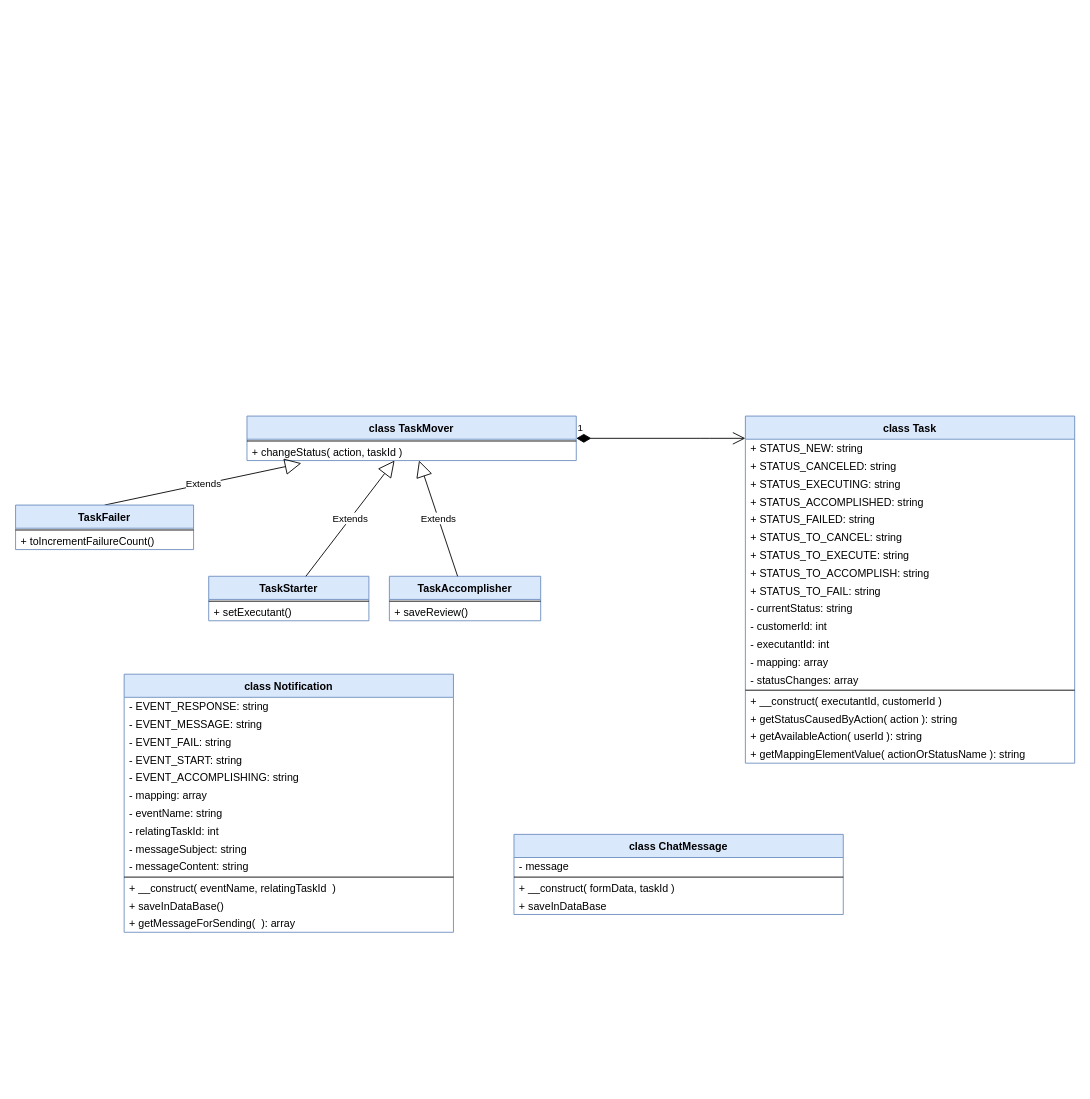
Before: page "classes schema" (2 of 2) of config/task-force-1-schema.drawio in mikeserov/824017-task-force-1, a draw.io diagram. Source tidied: cells renumbered, new cells numbered last; positions are measured from the earlier drawing's top-left corner, leaving out a move shared by most shapes. Both pictures are drawn from the tidied source at 89%, with x=0, y=0 at pixel (15, 416).
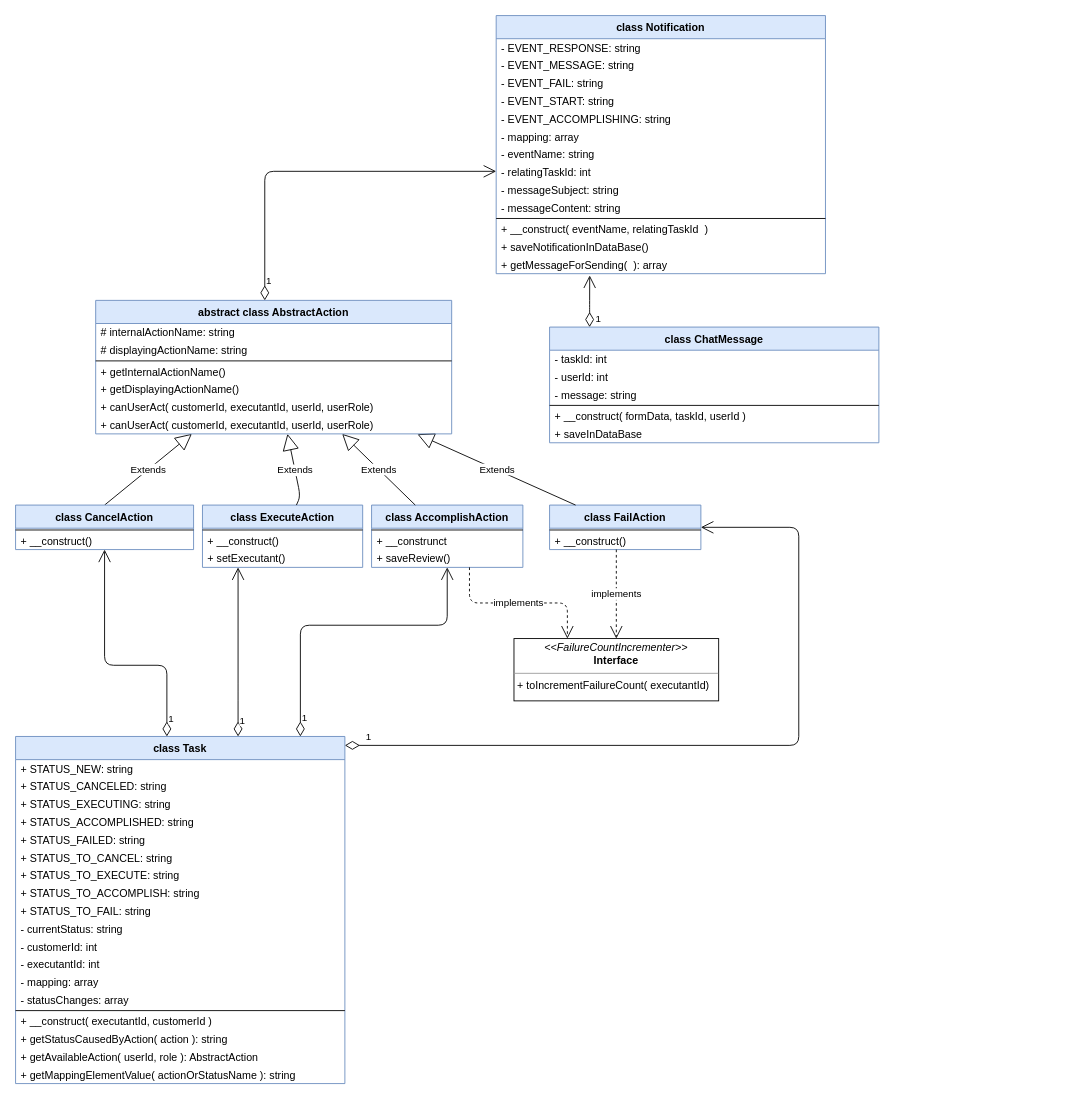
The same diagram, later.

The change refers to these unchanged cells:
```xml
<mxCell id="36" value="+ getMessageForSending(  ): array" style="text;strokeColor=none;fillColor=none;align=left;verticalAlign=middle;spacingLeft=4;spacingRight=4;overflow=hidden;points=[[0,0.5],[1,0.5]];portConstraint=eastwest;" parent="22" vertex="1">
  <mxGeometry y="270" width="370" height="20" as="geometry" />
</mxCell>
```

Change to the diagram source:
```diff
@@
     <mxCell id="2" value="class Task" style="swimlane;fontStyle=1;align=center;verticalAlign=top;horizontal=1;startSize=26;fillColor=#dae8fc;strokeColor=#6c8ebf;" parent="1" vertex="1">
-      <mxGeometry x="820" width="370" height="390" as="geometry" />
+      <mxGeometry y="360" width="370" height="390" as="geometry" />
     </mxCell>
@@
-    <mxCell id="18" value="+ __construct( executantId, customerId )" style="text;strokeColor=none;fillColor=none;align=left;verticalAlign=middle;spacingLeft=4;spacingRight=4;overflow=hidden;" parent="2" vertex="1">
-      <mxGeometry y="310" width="370" height="20" as="geometry" />
-    </mxCell>
+    <mxCell id="21" value="+ __construct( executantId, customerId )" style="text;strokeColor=none;fillColor=none;align=left;verticalAlign=middle;spacingLeft=4;spacingRight=4;overflow=hidden;" parent="2" vertex="1">
+      <mxGeometry y="310" width="370" height="20" as="geometry" />
+    </mxCell>
@@
-    <mxCell id="20" value="+ getAvailableAction( userId ): string" style="text;strokeColor=none;fillColor=none;align=left;verticalAlign=middle;spacingLeft=4;spacingRight=4;overflow=hidden;" parent="2" vertex="1">
-      <mxGeometry y="350" width="370" height="20" as="geometry" />
-    </mxCell>
-    <mxCell id="21" value="+ getMappingElementValue( actionOrStatusName ): string" style="text;strokeColor=none;fillColor=none;align=left;verticalAlign=middle;spacingLeft=4;spacingRight=4;overflow=hidden;" parent="2" vertex="1">
-      <mxGeometry y="370" width="370" height="20" as="geometry" />
-    </mxCell>
+    <mxCell id="58" value="+ getAvailableAction( userId, role ): AbstractAction" style="text;strokeColor=none;fillColor=none;align=left;verticalAlign=middle;spacingLeft=4;spacingRight=4;overflow=hidden;" parent="2" vertex="1">
+      <mxGeometry y="350" width="370" height="20" as="geometry" />
+    </mxCell>
+    <mxCell id="59" value="+ getMappingElementValue( actionOrStatusName ): string" style="text;strokeColor=none;fillColor=none;align=left;verticalAlign=middle;spacingLeft=4;spacingRight=4;overflow=hidden;" parent="2" vertex="1">
+      <mxGeometry y="370" width="370" height="20" as="geometry" />
+    </mxCell>
     <mxCell id="22" value="class Notification" style="swimlane;fontStyle=1;align=center;verticalAlign=top;horizontal=1;startSize=26;fillColor=#dae8fc;strokeColor=#6c8ebf;" parent="1" vertex="1">
-      <mxGeometry x="122" y="290" width="370" height="290" as="geometry" />
+      <mxGeometry x="540" y="-450" width="370" height="290" as="geometry" />
     </mxCell>
@@
-    <mxCell id="35" value="+ saveInDataBase()" style="text;strokeColor=none;fillColor=none;align=left;verticalAlign=middle;spacingLeft=4;spacingRight=4;overflow=hidden;" parent="22" vertex="1">
+    <mxCell id="35" value="+ saveNotificationInDataBase()" style="text;strokeColor=none;fillColor=none;align=left;verticalAlign=middle;spacingLeft=4;spacingRight=4;overflow=hidden;" parent="22" vertex="1">
       <mxGeometry y="250" width="370" height="20" as="geometry" />
     </mxCell>
@@
-    <mxCell id="37" value="class TaskMover" style="swimlane;fontStyle=1;align=center;verticalAlign=top;horizontal=1;startSize=26;fillColor=#dae8fc;strokeColor=#6c8ebf;" parent="1" vertex="1">
-      <mxGeometry x="260" width="370" height="50" as="geometry" />
-    </mxCell>
-    <mxCell id="38" style="line;strokeWidth=1;fillColor=none;align=left;verticalAlign=middle;spacingTop=-1;spacingLeft=3;spacingRight=3;labelPosition=right;" parent="37" vertex="1">
-      <mxGeometry y="26" width="370" height="4" as="geometry" />
-    </mxCell>
-    <mxCell id="39" value="+ changeStatus( action, taskId )" style="text;strokeColor=none;fillColor=none;align=left;verticalAlign=middle;spacingLeft=4;spacingRight=4;overflow=hidden;points=[[0,0.5],[1,0.5]];portConstraint=eastwest;" parent="37" vertex="1">
-      <mxGeometry y="30" width="370" height="20" as="geometry" />
-    </mxCell>
-    <mxCell id="40" value="Extends" style="endArrow=block;endSize=16;endFill=0;html=1;entryX=0.165;entryY=1.15;entryDx=0;entryDy=0;entryPerimeter=0;exitX=0.5;exitY=0;exitDx=0;exitDy=0;" parent="1" edge="1" source="41" target="39">
+    <mxCell id="40" value="Extends" style="endArrow=block;endSize=16;endFill=0;html=1;exitX=0.5;exitY=0;exitDx=0;exitDy=0;" parent="1" edge="1" source="41" target="68">
       <mxGeometry relative="1" as="geometry" />
     </mxCell>
-    <mxCell id="41" value="TaskFailer" style="swimlane;fontStyle=1;align=center;verticalAlign=top;horizontal=1;startSize=26;fillColor=#dae8fc;strokeColor=#6c8ebf;" parent="1" vertex="1">
+    <mxCell id="41" value="class CancelAction" style="swimlane;fontStyle=1;align=center;verticalAlign=top;horizontal=1;startSize=26;fillColor=#dae8fc;strokeColor=#6c8ebf;" parent="1" vertex="1">
       <mxGeometry y="100" width="200" height="50" as="geometry" />
     </mxCell>
@@
-    <mxCell id="43" value="+ toIncrementFailureCount()" style="text;strokeColor=none;fillColor=none;align=left;verticalAlign=middle;spacingLeft=4;spacingRight=4;overflow=hidden;" parent="41" vertex="1">
+    <mxCell id="43" value="+ __construct()" style="text;strokeColor=none;fillColor=none;align=left;verticalAlign=middle;spacingLeft=4;spacingRight=4;overflow=hidden;" parent="41" vertex="1">
       <mxGeometry y="30" width="200" height="20" as="geometry" />
     </mxCell>
-    <mxCell id="44" value="TaskStarter" style="swimlane;fontStyle=1;align=center;verticalAlign=top;horizontal=1;startSize=26;fillColor=#dae8fc;strokeColor=#6c8ebf;" parent="1" vertex="1">
-      <mxGeometry x="217" y="180" width="180" height="50" as="geometry" />
+    <mxCell id="44" value="class ExecuteAction" style="swimlane;fontStyle=1;align=center;verticalAlign=top;horizontal=1;startSize=26;fillColor=#dae8fc;strokeColor=#6c8ebf;" parent="1" vertex="1">
+      <mxGeometry x="210" y="100" width="180" height="70" as="geometry" />
     </mxCell>
@@
-    <mxCell id="46" value="+ setExecutant()" style="text;strokeColor=none;fillColor=none;align=left;verticalAlign=middle;spacingLeft=4;spacingRight=4;overflow=hidden;" parent="44" vertex="1">
+    <mxCell id="46" value="+ __construct()" style="text;strokeColor=none;fillColor=none;align=left;verticalAlign=middle;spacingLeft=4;spacingRight=4;overflow=hidden;" parent="44" vertex="1">
       <mxGeometry y="30" width="180" height="20" as="geometry" />
     </mxCell>
+    <mxCell id="60" value="+ setExecutant()" style="text;strokeColor=none;fillColor=none;align=left;verticalAlign=middle;spacingLeft=4;spacingRight=4;overflow=hidden;" parent="44" vertex="1">
+      <mxGeometry y="50" width="180" height="20" as="geometry" />
+    </mxCell>
-    <mxCell id="47" value="Extends" style="endArrow=block;endSize=16;endFill=0;html=1;" parent="1" edge="1" source="44" target="37">
-      <mxGeometry relative="1" as="geometry" />
+    <mxCell id="47" value="Extends" style="endArrow=block;endSize=16;endFill=0;html=1;" parent="1" edge="1" source="44" target="68">
+      <mxGeometry relative="1" as="geometry">
+        <Array as="points">
+          <mxPoint x="320" y="90" />
+        </Array>
+      </mxGeometry>
     </mxCell>
-    <mxCell id="48" value="TaskAccomplisher" style="swimlane;fontStyle=1;align=center;verticalAlign=top;horizontal=1;startSize=26;fillColor=#dae8fc;strokeColor=#6c8ebf;" parent="1" vertex="1">
-      <mxGeometry x="420" y="180" width="170" height="50" as="geometry" />
+    <mxCell id="48" value="class AccomplishAction" style="swimlane;fontStyle=1;align=center;verticalAlign=top;horizontal=1;startSize=26;fillColor=#dae8fc;strokeColor=#6c8ebf;" parent="1" vertex="1">
+      <mxGeometry x="400" y="100" width="170" height="70" as="geometry" />
     </mxCell>
@@
-    <mxCell id="50" value="+ saveReview()" style="text;strokeColor=none;fillColor=none;align=left;verticalAlign=middle;spacingLeft=4;spacingRight=4;overflow=hidden;" parent="48" vertex="1">
+    <mxCell id="50" value="+ __construnct" style="text;strokeColor=none;fillColor=none;align=left;verticalAlign=middle;spacingLeft=4;spacingRight=4;overflow=hidden;" parent="48" vertex="1">
       <mxGeometry y="30" width="170" height="20" as="geometry" />
     </mxCell>
-    <mxCell id="51" value="1" style="endArrow=open;html=1;endSize=12;startArrow=diamondThin;startSize=14;startFill=1;edgeStyle=orthogonalEdgeStyle;align=left;verticalAlign=bottom;" parent="1" edge="1" source="37" target="2">
-      <mxGeometry x="-1" y="3" relative="1" as="geometry">
-        <Array as="points">
-          <mxPoint x="770" y="25" />
-          <mxPoint x="770" y="25" />
-        </Array>
-      </mxGeometry>
-    </mxCell>
+    <mxCell id="61" value="+ saveReview()" style="text;strokeColor=none;fillColor=none;align=left;verticalAlign=middle;spacingLeft=4;spacingRight=4;overflow=hidden;" parent="48" vertex="1">
+      <mxGeometry y="50" width="170" height="20" as="geometry" />
+    </mxCell>
-    <mxCell id="52" value="Extends" style="endArrow=block;endSize=16;endFill=0;html=1;" parent="1" edge="1" source="48" target="37">
+    <mxCell id="52" value="Extends" style="endArrow=block;endSize=16;endFill=0;html=1;" parent="1" edge="1" source="48" target="68">
       <mxGeometry relative="1" as="geometry" />
     </mxCell>
     <mxCell id="53" value="class ChatMessage" style="swimlane;fontStyle=1;align=center;verticalAlign=top;horizontal=1;startSize=26;fillColor=#dae8fc;strokeColor=#6c8ebf;" parent="1" vertex="1">
-      <mxGeometry x="560" y="470" width="370" height="90" as="geometry" />
+      <mxGeometry x="600" y="-100" width="370" height="130" as="geometry" />
     </mxCell>
-    <mxCell id="54" value="- message" style="text;strokeColor=none;fillColor=none;align=left;verticalAlign=middle;spacingLeft=4;spacingRight=4;overflow=hidden;" parent="53" vertex="1">
+    <mxCell id="54" value="- taskId: int" style="text;strokeColor=none;fillColor=none;align=left;verticalAlign=middle;spacingLeft=4;spacingRight=4;overflow=hidden;" parent="53" vertex="1">
       <mxGeometry y="26" width="370" height="20" as="geometry" />
     </mxCell>
+    <mxCell id="62" value="- userId: int" style="text;strokeColor=none;fillColor=none;align=left;verticalAlign=middle;spacingLeft=4;spacingRight=4;overflow=hidden;" parent="53" vertex="1">
+      <mxGeometry y="46" width="370" height="20" as="geometry" />
+    </mxCell>
+    <mxCell id="63" value="- message: string" style="text;strokeColor=none;fillColor=none;align=left;verticalAlign=middle;spacingLeft=4;spacingRight=4;overflow=hidden;" parent="53" vertex="1">
+      <mxGeometry y="66" width="370" height="20" as="geometry" />
+    </mxCell>
     <mxCell id="55" style="line;strokeWidth=1;fillColor=none;align=left;verticalAlign=middle;spacingTop=-1;spacingLeft=3;spacingRight=3;labelPosition=right;" parent="53" vertex="1">
-      <mxGeometry y="46" width="370" height="4" as="geometry" />
+      <mxGeometry y="86" width="370" height="4" as="geometry" />
     </mxCell>
-    <mxCell id="56" value="+ __construct( formData, taskId )" style="text;strokeColor=none;fillColor=none;align=left;verticalAlign=middle;spacingLeft=4;spacingRight=4;overflow=hidden;" parent="53" vertex="1">
-      <mxGeometry y="50" width="370" height="20" as="geometry" />
+    <mxCell id="56" value="+ __construct( formData, taskId, userId )" style="text;strokeColor=none;fillColor=none;align=left;verticalAlign=middle;spacingLeft=4;spacingRight=4;overflow=hidden;" parent="53" vertex="1">
+      <mxGeometry y="90" width="370" height="20" as="geometry" />
     </mxCell>
     <mxCell id="57" value="+ saveInDataBase" style="text;strokeColor=none;fillColor=none;align=left;verticalAlign=middle;spacingLeft=4;spacingRight=4;overflow=hidden;" parent="53" vertex="1">
-      <mxGeometry y="70" width="370" height="20" as="geometry" />
+      <mxGeometry y="110" width="370" height="20" as="geometry" />
     </mxCell>
+    <mxCell id="64" value="class FailAction" style="swimlane;fontStyle=1;align=center;verticalAlign=top;horizontal=1;startSize=26;fillColor=#dae8fc;strokeColor=#6c8ebf;" parent="1" vertex="1">
+      <mxGeometry x="600" y="100" width="170" height="50" as="geometry" />
+    </mxCell>
+    <mxCell id="65" style="line;strokeWidth=1;fillColor=none;align=left;verticalAlign=middle;spacingTop=-1;spacingLeft=3;spacingRight=3;labelPosition=right;" parent="64" vertex="1">
+      <mxGeometry y="26" width="170" height="4" as="geometry" />
+    </mxCell>
+    <mxCell id="66" value="+ __construct()" style="text;strokeColor=none;fillColor=none;align=left;verticalAlign=middle;spacingLeft=4;spacingRight=4;overflow=hidden;" parent="64" vertex="1">
+      <mxGeometry y="30" width="170" height="20" as="geometry" />
+    </mxCell>
+    <mxCell id="67" value="Extends" style="endArrow=block;endSize=16;endFill=0;html=1;entryX=0.904;entryY=1.021;entryDx=0;entryDy=0;entryPerimeter=0;" parent="1" edge="1" source="64" target="75">
+      <mxGeometry relative="1" as="geometry" />
+    </mxCell>
+    <mxCell id="68" value="abstract class AbstractAction" style="swimlane;fontStyle=1;align=center;verticalAlign=top;horizontal=1;startSize=26;fillColor=#dae8fc;strokeColor=#6c8ebf;" parent="1" vertex="1">
+      <mxGeometry x="90" y="-130" width="400" height="150" as="geometry" />
+    </mxCell>
+    <mxCell id="69" value="# internalActionName: string" style="text;strokeColor=none;fillColor=none;align=left;verticalAlign=middle;spacingLeft=4;spacingRight=4;overflow=hidden;" parent="68" vertex="1">
+      <mxGeometry y="26" width="400" height="20" as="geometry" />
+    </mxCell>
+    <mxCell id="70" value="# displayingActionName: string" style="text;strokeColor=none;fillColor=none;align=left;verticalAlign=middle;spacingLeft=4;spacingRight=4;overflow=hidden;" parent="68" vertex="1">
+      <mxGeometry y="46" width="400" height="20" as="geometry" />
+    </mxCell>
+    <mxCell id="71" style="line;strokeWidth=1;fillColor=none;align=left;verticalAlign=middle;spacingTop=-1;spacingLeft=3;spacingRight=3;labelPosition=right;" parent="68" vertex="1">
+      <mxGeometry y="66" width="400" height="4" as="geometry" />
+    </mxCell>
+    <mxCell id="72" value="+ getInternalActionName()" style="text;strokeColor=none;fillColor=none;align=left;verticalAlign=middle;spacingLeft=4;spacingRight=4;overflow=hidden;" parent="68" vertex="1">
+      <mxGeometry y="70" width="400" height="20" as="geometry" />
+    </mxCell>
+    <mxCell id="73" value="+ getDisplayingActionName()" style="text;strokeColor=none;fillColor=none;align=left;verticalAlign=middle;spacingLeft=4;spacingRight=4;overflow=hidden;" parent="68" vertex="1">
+      <mxGeometry y="90" width="400" height="20" as="geometry" />
+    </mxCell>
+    <mxCell id="74" value="+ canUserAct( customerId, executantId, userId, userRole)" style="text;strokeColor=none;fillColor=none;align=left;verticalAlign=middle;spacingLeft=4;spacingRight=4;overflow=hidden;" parent="68" vertex="1">
+      <mxGeometry y="110" width="400" height="20" as="geometry" />
+    </mxCell>
+    <mxCell id="75" value="+ canUserAct( customerId, executantId, userId, userRole)" style="text;strokeColor=none;fillColor=none;align=left;verticalAlign=middle;spacingLeft=4;spacingRight=4;overflow=hidden;points=[[0,0.5],[1,0.5]];portConstraint=eastwest;" parent="68" vertex="1">
+      <mxGeometry y="130" width="400" height="20" as="geometry" />
+    </mxCell>
+    <mxCell id="76" value="1" style="endArrow=open;html=1;endSize=12;startArrow=diamondThin;startSize=14;startFill=0;edgeStyle=orthogonalEdgeStyle;align=left;verticalAlign=bottom;" parent="1" edge="1" source="2" target="64">
+      <mxGeometry x="-0.95" relative="1" as="geometry">
+        <Array as="points">
+          <mxPoint x="880" y="370" />
+          <mxPoint x="880" y="125" />
+        </Array>
+      </mxGeometry>
+    </mxCell>
+    <mxCell id="77" value="1" style="endArrow=open;html=1;endSize=12;startArrow=diamondThin;startSize=14;startFill=0;edgeStyle=orthogonalEdgeStyle;align=left;verticalAlign=bottom;" parent="1" edge="1" source="2" target="48">
+      <mxGeometry x="-0.94" relative="1" as="geometry">
+        <Array as="points">
+          <mxPoint x="320" y="235" />
+          <mxPoint x="485" y="235" />
+        </Array>
+        <mxPoint y="-1" as="offset" />
+      </mxGeometry>
+    </mxCell>
+    <mxCell id="78" value="1" style="endArrow=open;html=1;endSize=12;startArrow=diamondThin;startSize=14;startFill=0;edgeStyle=orthogonalEdgeStyle;align=left;verticalAlign=bottom;" parent="1" edge="1" source="2" target="44">
+      <mxGeometry x="-0.9" relative="1" as="geometry">
+        <Array as="points">
+          <mxPoint x="250" y="310" />
+          <mxPoint x="250" y="310" />
+        </Array>
+      </mxGeometry>
+    </mxCell>
+    <mxCell id="79" value="1" style="endArrow=open;html=1;endSize=12;startArrow=diamondThin;startSize=14;startFill=0;edgeStyle=orthogonalEdgeStyle;align=left;verticalAlign=bottom;" parent="1" edge="1" source="2" target="41">
+      <mxGeometry x="-0.92" relative="1" as="geometry">
+        <Array as="points">
+          <mxPoint x="170" y="280" />
+        </Array>
+      </mxGeometry>
+    </mxCell>
+    <mxCell id="80" value="&lt;p style=&quot;margin: 0px ; margin-top: 4px ; text-align: center&quot;&gt;&lt;i&gt;&amp;lt;&amp;lt;FailureCountIncrementer&amp;gt;&amp;gt;&lt;/i&gt;&lt;br&gt;&lt;b&gt;Interface&lt;/b&gt;&lt;/p&gt;&lt;hr size=&quot;1&quot;&gt;&lt;p style=&quot;margin: 0px ; margin-left: 4px&quot;&gt;+ toIncrementFailureCount( executantId)&lt;/p&gt;" style="verticalAlign=top;align=left;overflow=fill;fontSize=12;fontFamily=Helvetica;html=1;strokeColor=#000000;" parent="1" vertex="1">
+      <mxGeometry x="560" y="250" width="230" height="70" as="geometry" />
+    </mxCell>
+    <mxCell id="81" value="implements" style="endArrow=open;html=1;endSize=12;startArrow=none;startSize=14;startFill=0;edgeStyle=orthogonalEdgeStyle;dashed=1;" parent="1" edge="1" source="48" target="80">
+      <mxGeometry relative="1" as="geometry">
+        <Array as="points">
+          <mxPoint x="510" y="210" />
+          <mxPoint x="620" y="210" />
+        </Array>
+      </mxGeometry>
+    </mxCell>
+    <mxCell id="82" value="implements" style="endArrow=open;html=1;endSize=12;startArrow=none;startSize=14;startFill=0;edgeStyle=orthogonalEdgeStyle;dashed=1;" parent="1" edge="1" source="64" target="80">
+      <mxGeometry relative="1" as="geometry">
+        <Array as="points">
+          <mxPoint x="675" y="190" />
+          <mxPoint x="675" y="190" />
+        </Array>
+      </mxGeometry>
+    </mxCell>
+    <mxCell id="83" value="1" style="endArrow=open;html=1;endSize=12;startArrow=diamondThin;startSize=14;startFill=0;edgeStyle=orthogonalEdgeStyle;align=left;verticalAlign=bottom;" parent="1" edge="1" source="68" target="22">
+      <mxGeometry x="-0.94" relative="1" as="geometry">
+        <Array as="points">
+          <mxPoint x="280" y="-275" />
+        </Array>
+        <mxPoint y="-1" as="offset" />
+      </mxGeometry>
+    </mxCell>
+    <mxCell id="84" value="1" style="endArrow=open;html=1;endSize=12;startArrow=diamondThin;startSize=14;startFill=0;edgeStyle=orthogonalEdgeStyle;align=left;verticalAlign=bottom;entryX=0.284;entryY=1.1;entryDx=0;entryDy=0;entryPerimeter=0;" parent="1" edge="1" source="53" target="36">
+      <mxGeometry x="-1" y="-5" relative="1" as="geometry">
+        <Array as="points">
+          <mxPoint x="645" y="-120" />
+          <mxPoint x="645" y="-120" />
+        </Array>
+      </mxGeometry>
+    </mxCell>
```
